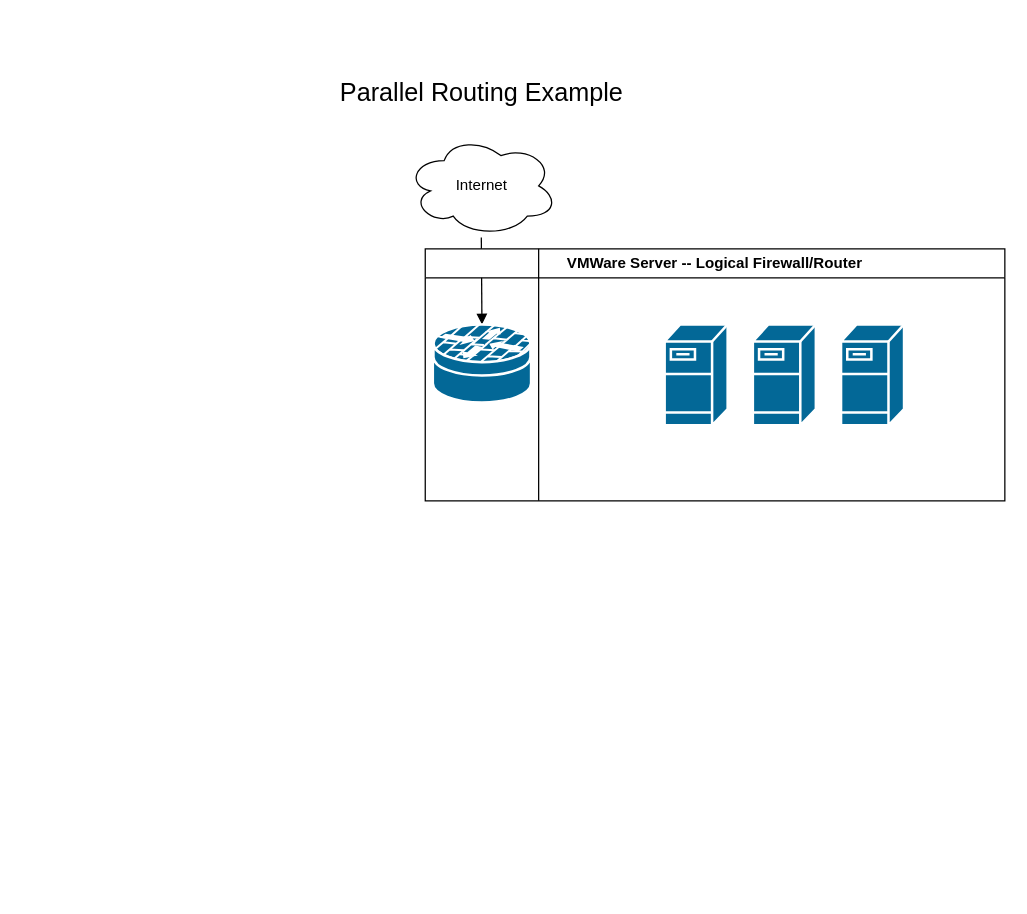
Above: page "Parallel Routing" (1 of 2) of network_presentation.drawio in adamrt918/Diagram (draw.io), before the change. Source tidied: cells renumbered, new cells numbered last; positions are measured from the earlier drawing's top-left corner, leaving out a move shared by most shapes. Both pictures are drawn from the tidied source at 126%, with x=0, y=0 at pixel (324, 21).
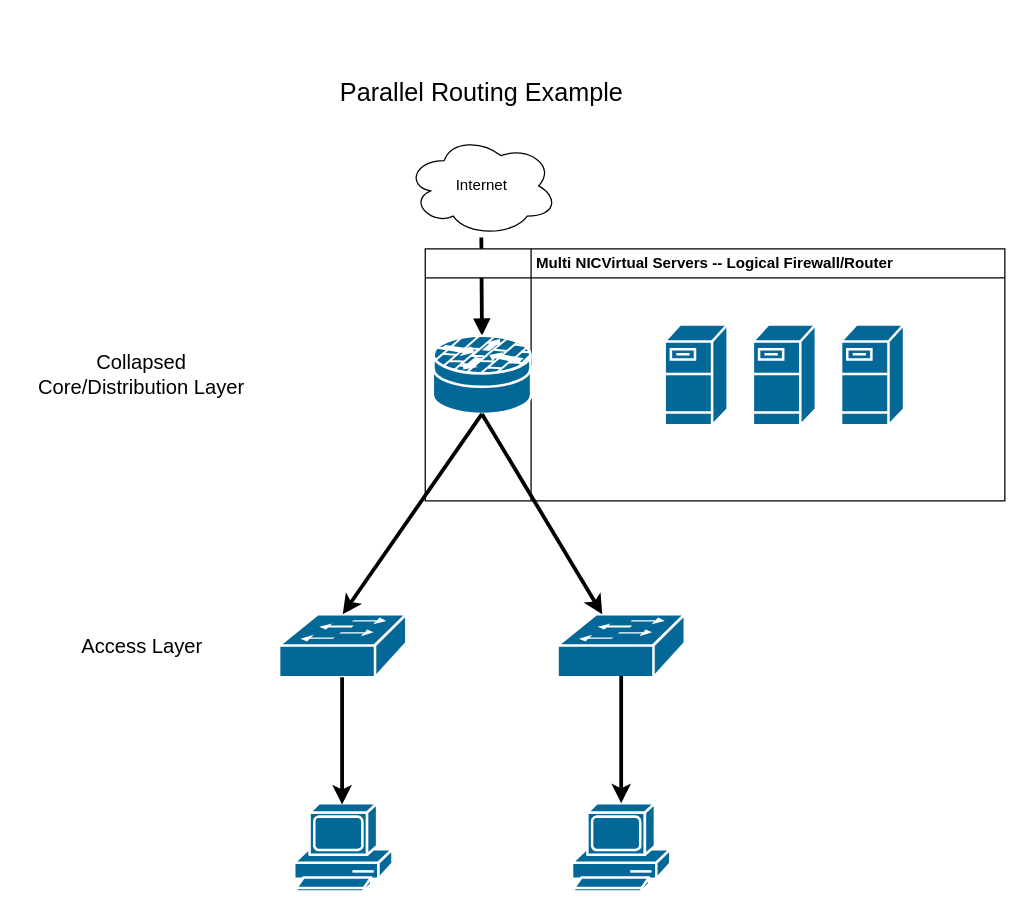
After the change.

What changed in the source:
```diff
@@
-    <mxCell id="2" style="curved=1;startArrow=none;endArrow=block;exitX=0.5;exitY=1;entryX=0.5;entryY=0;rounded=0;entryDx=0;entryDy=0;entryPerimeter=0;" parent="1" edge="1" target="10">
+    <mxCell id="2" style="curved=1;startArrow=none;endArrow=block;exitX=0.5;exitY=1;entryX=0.5;entryY=0;rounded=0;entryDx=0;entryDy=0;entryPerimeter=0;strokeWidth=3;" parent="1" edge="1" target="10">
       <mxGeometry relative="1" as="geometry">
         <mxPoint x="124.5" y="171" as="sourcePoint" />
       </mxGeometry>
     </mxCell>
@@
-    <mxCell id="5" value="VMWare Server -- Logical Firewall/Router" style="swimlane;whiteSpace=wrap;html=1;" parent="1" vertex="1">
+    <mxCell id="5" value="Multi NICVirtual Servers -- Logical Firewall/Router" style="swimlane;whiteSpace=wrap;html=1;" parent="1" vertex="1">
       <mxGeometry x="80" y="180" width="460" height="200" as="geometry" />
     </mxCell>
     <mxCell id="6" style="endArrow=none;html=1;rounded=0;exitX=0.25;exitY=1;exitDx=0;exitDy=0;entryX=0.25;entryY=0;entryDx=0;entryDy=0;" parent="5" edge="1">
       <mxGeometry relative="1" as="geometry">
-        <mxPoint x="90" y="200" as="sourcePoint" />
-        <mxPoint x="90" as="targetPoint" />
+        <mxPoint x="84" y="200" as="sourcePoint" />
+        <mxPoint x="84" as="targetPoint" />
       </mxGeometry>
     </mxCell>
@@
     <mxCell id="10" style="shape=mxgraph.cisco.security.router_firewall;sketch=0;html=1;dashed=0;fillColor=#036897;strokeColor=#ffffff;strokeWidth=2;verticalLabelPosition=bottom;verticalAlign=top;align=center;outlineConnect=0;" parent="5" vertex="1">
-      <mxGeometry x="6" y="60" width="78" height="62" as="geometry" />
+      <mxGeometry x="6" y="69" width="78" height="62" as="geometry" />
     </mxCell>
+    <mxCell id="11" style="shape=mxgraph.cisco.switches.workgroup_switch;sketch=0;html=1;dashed=0;fillColor=#036897;strokeColor=#ffffff;strokeWidth=2;verticalLabelPosition=bottom;verticalAlign=top;align=center;outlineConnect=0;" parent="1" vertex="1">
+      <mxGeometry x="-36" y="470" width="101" height="50" as="geometry" />
+    </mxCell>
+    <mxCell id="12" style="endArrow=classic;html=1;rounded=0;entryX=0.5;entryY=0;entryDx=0;entryDy=0;entryPerimeter=0;exitX=0.5;exitY=1;exitDx=0;exitDy=0;exitPerimeter=0;strokeWidth=3;" parent="1" edge="1" source="10" target="11">
+      <mxGeometry relative="1" as="geometry" />
+    </mxCell>
+    <mxCell id="13" value="Collapsed Core/Distribution Layer" style="text;html=1;whiteSpace=wrap;strokeColor=none;fillColor=none;align=center;verticalAlign=middle;rounded=0;fontSize=16;" parent="1" vertex="1">
+      <mxGeometry x="-240" y="242.5" width="190" height="75" as="geometry" />
+    </mxCell>
+    <mxCell id="14" value="Access Layer" style="text;html=1;whiteSpace=wrap;strokeColor=none;fillColor=none;align=center;verticalAlign=middle;rounded=0;fontFamily=Helvetica;fontSize=16;fontColor=default;fontStyle=0;" parent="1" vertex="1">
+      <mxGeometry x="-227.5" y="465" width="165" height="60" as="geometry" />
+    </mxCell>
+    <mxCell id="15" style="shape=mxgraph.cisco.switches.workgroup_switch;sketch=0;html=1;dashed=0;fillColor=#036897;strokeColor=#ffffff;strokeWidth=2;verticalLabelPosition=bottom;verticalAlign=top;align=center;outlineConnect=0;" parent="1" vertex="1">
+      <mxGeometry x="185" y="470" width="101" height="50" as="geometry" />
+    </mxCell>
+    <mxCell id="16" style="endArrow=classic;html=1;rounded=0;exitX=0.5;exitY=1;exitDx=0;exitDy=0;exitPerimeter=0;strokeWidth=3;" parent="1" edge="1" source="10" target="15">
+      <mxGeometry relative="1" as="geometry" />
+    </mxCell>
+    <mxCell id="17" style="shape=mxgraph.cisco.computers_and_peripherals.pc;html=1;dashed=0;fillColor=#036897;strokeColor=#ffffff;strokeWidth=2;verticalLabelPosition=bottom;verticalAlign=top;align=center;" parent="1" vertex="1">
+      <mxGeometry x="-24" y="620" width="78" height="70" as="geometry" />
+    </mxCell>
+    <mxCell id="18" style="shape=mxgraph.cisco.computers_and_peripherals.pc;html=1;dashed=0;fillColor=#036897;strokeColor=#ffffff;strokeWidth=2;verticalLabelPosition=bottom;verticalAlign=top;align=center;outlineConnect=0;" parent="1" vertex="1">
+      <mxGeometry x="196.5" y="620" width="78" height="70" as="geometry" />
+    </mxCell>
+    <mxCell id="19" style="endArrow=classic;html=1;rounded=0;entryX=0.5;entryY=0;entryDx=0;entryDy=0;entryPerimeter=0;exitX=0.5;exitY=0.98;exitDx=0;exitDy=0;exitPerimeter=0;strokeWidth=3;" parent="1" edge="1" source="15" target="18">
+      <mxGeometry relative="1" as="geometry" />
+    </mxCell>
+    <mxCell id="20" style="endArrow=classic;html=1;rounded=0;entryX=0.5;entryY=0;entryDx=0;entryDy=0;entryPerimeter=0;exitX=0.5;exitY=0.98;exitDx=0;exitDy=0;exitPerimeter=0;strokeWidth=3;" parent="1" edge="1">
+      <mxGeometry relative="1" as="geometry">
+        <mxPoint x="14" y="520" as="sourcePoint" />
+        <mxPoint x="14" y="621" as="targetPoint" />
+      </mxGeometry>
+    </mxCell>
```
